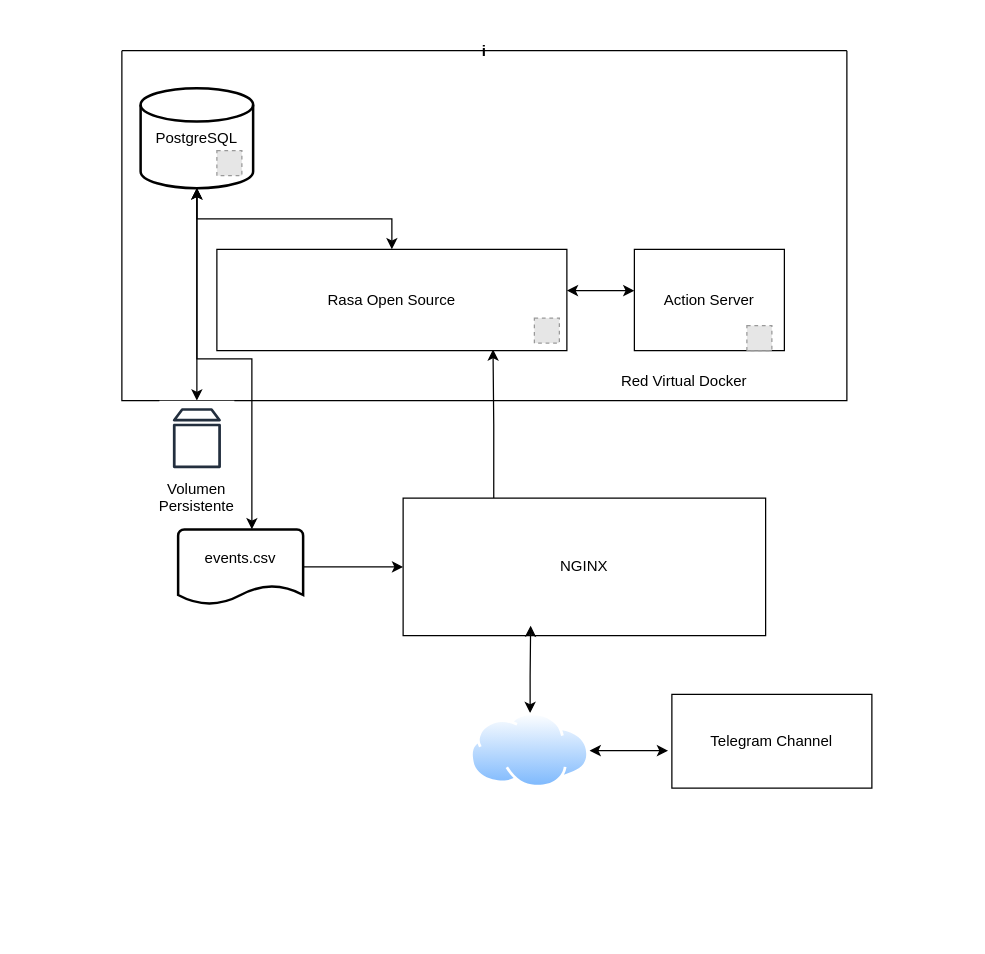
Before: diagrams/server.drawio in bartivs/libro-tfg, a draw.io diagram. Source tidied: cells renumbered, new cells numbered last; positions are measured from the earlier drawing's top-left corner, leaving out a move shared by most shapes. Both pictures are drawn from the tidied source at 125%, with x=0, y=0 at pixel (121, 50). Pictures stored in the file or linked from it are replaced by grey dashed boxes.
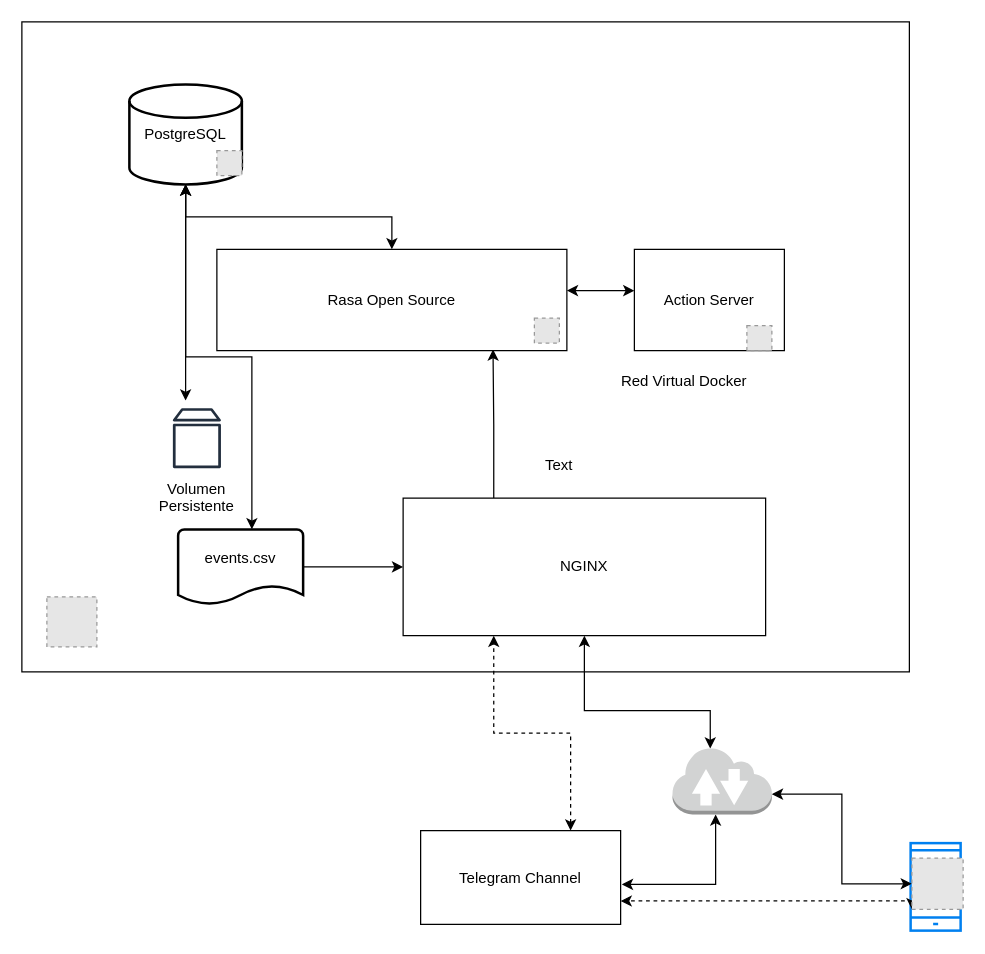
The same page after the edit.

Commit message (it also covers changes not shown here):
mejoras en diagrama de servidor

The change refers to these unchanged cells:
```xml
<mxCell id="3" value="NGINX" style="rounded=0;whiteSpace=wrap;html=1;" parent="1" vertex="1">
  <mxGeometry x="225" y="358" width="290" height="110" as="geometry" />
</mxCell>
```

Change to the diagram source:
```diff
@@
+    <mxCell id="24" style="edgeStyle=orthogonalEdgeStyle;rounded=0;jettySize=auto;html=1;startArrow=classic;startFill=1;" parent="1" edge="1" target="38">
+      <mxGeometry relative="1" as="geometry">
+        <mxPoint x="400" y="667" as="sourcePoint" />
+        <Array as="points">
+          <mxPoint x="475" y="667" />
+        </Array>
+      </mxGeometry>
+    </mxCell>
+    <mxCell id="7" value="Telegram Channel" style="rounded=0;whiteSpace=wrap;html=1;" parent="1" vertex="1">
+      <mxGeometry x="239" y="624" width="160" height="75" as="geometry" />
+    </mxCell>
+    <mxCell id="25" style="rounded=0;whiteSpace=wrap;html=1;" parent="1" vertex="1">
+      <mxGeometry x="-80" y="-23" width="710" height="520" as="geometry" />
+    </mxCell>
@@
-    <mxCell id="4" style="edgeStyle=orthogonalEdgeStyle;rounded=0;jettySize=auto;html=1;startArrow=classic;startFill=1;" parent="1" edge="1" source="6">
-      <mxGeometry relative="1" as="geometry">
-        <mxPoint x="327" y="460" as="targetPoint" />
-        <Array as="points">
-          <mxPoint x="327" y="500" />
-          <mxPoint x="327" y="500" />
-        </Array>
-      </mxGeometry>
-    </mxCell>
-    <mxCell id="5" style="edgeStyle=orthogonalEdgeStyle;rounded=0;jettySize=auto;html=1;exitX=1;exitY=0.5;exitDx=0;exitDy=0;entryX=-0.019;entryY=0.6;entryDx=0;entryDy=0;entryPerimeter=0;startArrow=classic;startFill=1;" parent="1" edge="1" source="6" target="7">
-      <mxGeometry relative="1" as="geometry" />
-    </mxCell>
-    <mxCell id="6" style="perimeter=ellipsePerimeter;html=1;align=center;shadow=0;dashed=0;spacingTop=3;image;image=img/lib/active_directory/internet_cloud.svg;" parent="1" vertex="1">
-      <mxGeometry x="279" y="530" width="95.2" height="60" as="geometry" />
-    </mxCell>
-    <mxCell id="7" value="Telegram Channel" style="rounded=0;whiteSpace=wrap;html=1;" parent="1" vertex="1">
-      <mxGeometry x="440" y="515" width="160" height="75" as="geometry" />
-    </mxCell>
-    <mxCell id="8" value="i" style="swimlane;startSize=0;" parent="1" vertex="1">
-      <mxGeometry width="580" height="280" as="geometry" />
-    </mxCell>
-    <mxCell id="9" value="Rasa Open Source" style="rounded=0;whiteSpace=wrap;html=1;" parent="8" vertex="1">
+    <mxCell id="9" value="Rasa Open Source" style="rounded=0;whiteSpace=wrap;html=1;" parent="1" vertex="1">
       <mxGeometry x="76" y="159" width="280" height="81" as="geometry" />
     </mxCell>
-    <mxCell id="10" style="fillColor=#E6E6E6;strokeColor=#999999;dashed=1;html=1;verticalAlign=top;verticalLabelPosition=bottom;labelBackgroundColor=#ffffff;" parent="8" vertex="1">
-      <mxGeometry x="330" y="214" width="20" height="20" as="geometry" />
-    </mxCell>
+    <mxCell id="26" style="fillColor=#E6E6E6;strokeColor=#999999;dashed=1;html=1;verticalAlign=top;verticalLabelPosition=bottom;labelBackgroundColor=#ffffff;" parent="1" vertex="1">
+      <mxGeometry x="330" y="214" width="20" height="20" as="geometry" />
+    </mxCell>
-    <mxCell id="11" value="Action Server" style="rounded=0;whiteSpace=wrap;html=1;" parent="8" vertex="1">
+    <mxCell id="11" value="Action Server" style="rounded=0;whiteSpace=wrap;html=1;" parent="1" vertex="1">
       <mxGeometry x="410" y="159" width="120" height="81" as="geometry" />
     </mxCell>
-    <mxCell id="12" style="edgeStyle=orthogonalEdgeStyle;rounded=0;jettySize=auto;html=1;entryX=1;entryY=0.407;entryDx=0;entryDy=0;entryPerimeter=0;startArrow=classic;startFill=1;" parent="8" edge="1" source="11" target="9">
+    <mxCell id="12" style="edgeStyle=orthogonalEdgeStyle;rounded=0;jettySize=auto;html=1;entryX=1;entryY=0.407;entryDx=0;entryDy=0;entryPerimeter=0;startArrow=classic;startFill=1;" parent="1" edge="1" source="11" target="9">
       <mxGeometry relative="1" as="geometry">
         <Array as="points">
           <mxPoint x="370" y="192" />
           <mxPoint x="370" y="192" />
         </Array>
       </mxGeometry>
     </mxCell>
-    <mxCell id="13" style="fillColor=#E6E6E6;strokeColor=#999999;dashed=1;html=1;verticalAlign=top;verticalLabelPosition=bottom;labelBackgroundColor=#ffffff;" parent="8" vertex="1">
-      <mxGeometry x="500" y="220" width="20" height="20" as="geometry" />
-    </mxCell>
+    <mxCell id="27" style="fillColor=#E6E6E6;strokeColor=#999999;dashed=1;html=1;verticalAlign=top;verticalLabelPosition=bottom;labelBackgroundColor=#ffffff;" parent="1" vertex="1">
+      <mxGeometry x="500" y="220" width="20" height="20" as="geometry" />
+    </mxCell>
-    <mxCell id="14" value="&lt;div&gt;Red Virtual Docker&lt;br&gt;&lt;/div&gt;" style="text;html=1;strokeColor=none;fillColor=none;align=center;verticalAlign=middle;whiteSpace=wrap;rounded=0;" parent="8" vertex="1">
+    <mxCell id="14" value="&lt;div&gt;Red Virtual Docker&lt;br&gt;&lt;/div&gt;" style="text;html=1;strokeColor=none;fillColor=none;align=center;verticalAlign=middle;whiteSpace=wrap;rounded=0;" parent="1" vertex="1">
       <mxGeometry x="380" y="250" width="140" height="30" as="geometry" />
     </mxCell>
-    <mxCell id="15" value="PostgreSQL" style="strokeWidth=2;html=1;shape=mxgraph.flowchart.database;whiteSpace=wrap;" parent="8" vertex="1">
-      <mxGeometry x="15" y="30" width="90" height="80" as="geometry" />
+    <mxCell id="15" value="PostgreSQL" style="strokeWidth=2;html=1;shape=mxgraph.flowchart.database;whiteSpace=wrap;" parent="1" vertex="1">
+      <mxGeometry x="6" y="27" width="90" height="80" as="geometry" />
     </mxCell>
-    <mxCell id="16" style="edgeStyle=orthogonalEdgeStyle;rounded=0;jettySize=auto;html=1;entryX=0.5;entryY=1;entryDx=0;entryDy=0;entryPerimeter=0;startArrow=classic;startFill=1;" parent="8" edge="1" source="9" target="15">
+    <mxCell id="16" style="edgeStyle=orthogonalEdgeStyle;rounded=0;jettySize=auto;html=1;entryX=0.5;entryY=1;entryDx=0;entryDy=0;entryPerimeter=0;startArrow=classic;startFill=1;" parent="1" edge="1" source="9" target="15">
       <mxGeometry relative="1" as="geometry" />
     </mxCell>
-    <mxCell id="17" style="fillColor=#E6E6E6;strokeColor=#999999;dashed=1;html=1;verticalAlign=top;verticalLabelPosition=bottom;labelBackgroundColor=#ffffff;" parent="8" vertex="1">
-      <mxGeometry x="76" y="80" width="20" height="20" as="geometry" />
-    </mxCell>
-    <mxCell id="18" style="edgeStyle=orthogonalEdgeStyle;rounded=0;jettySize=auto;html=1;startArrow=classic;startFill=1;" parent="1" edge="1" source="19" target="15">
-      <mxGeometry relative="1" as="geometry" />
-    </mxCell>
-    <mxCell id="19" style="sketch=0;outlineConnect=0;fontColor=#232F3E;gradientColor=none;strokeColor=#232F3E;fillColor=#ffffff;dashed=0;verticalLabelPosition=bottom;verticalAlign=top;align=center;html=1;fontSize=12;fontStyle=0;shape=mxgraph.aws4.resourceIcon;resIcon=mxgraph.aws4.volume;" parent="1" vertex="1">
-      <mxGeometry x="30" y="280" width="60" height="60" as="geometry" />
-    </mxCell>
+    <mxCell id="28" style="fillColor=#E6E6E6;strokeColor=#999999;dashed=1;html=1;verticalAlign=top;verticalLabelPosition=bottom;labelBackgroundColor=#ffffff;" parent="1" vertex="1">
+      <mxGeometry x="76" y="80" width="20" height="20" as="geometry" />
+    </mxCell>
+    <mxCell id="29" style="edgeStyle=orthogonalEdgeStyle;rounded=0;jettySize=auto;html=1;startArrow=classic;startFill=1;" parent="1" edge="1" source="30" target="15">
+      <mxGeometry relative="1" as="geometry">
+        <Array as="points">
+          <mxPoint x="51" y="237" />
+          <mxPoint x="51" y="237" />
+        </Array>
+      </mxGeometry>
+    </mxCell>
+    <mxCell id="30" style="sketch=0;outlineConnect=0;fontColor=#232F3E;gradientColor=none;strokeColor=#232F3E;fillColor=#ffffff;dashed=0;verticalLabelPosition=bottom;verticalAlign=top;align=center;html=1;fontSize=12;fontStyle=0;shape=mxgraph.aws4.resourceIcon;resIcon=mxgraph.aws4.volume;" parent="1" vertex="1">
+      <mxGeometry x="30" y="280" width="60" height="60" as="geometry" />
+    </mxCell>
@@
+    <mxCell id="31" value="Text" style="text;html=1;strokeColor=none;fillColor=none;align=center;verticalAlign=middle;whiteSpace=wrap;rounded=0;" parent="1" vertex="1">
+      <mxGeometry x="320" y="317" width="60" height="30" as="geometry" />
+    </mxCell>
+    <mxCell id="32" style="fillColor=#E6E6E6;strokeColor=#999999;dashed=1;html=1;verticalAlign=top;verticalLabelPosition=bottom;labelBackgroundColor=#ffffff;" parent="1" vertex="1">
+      <mxGeometry x="-60" y="437" width="40" height="40" as="geometry" />
+    </mxCell>
+    <mxCell id="33" style="html=1;verticalLabelPosition=bottom;align=center;labelBackgroundColor=#ffffff;verticalAlign=top;strokeWidth=2;strokeColor=#0080F0;shadow=0;dashed=0;shape=mxgraph.ios7.icons.smartphone;" parent="1" vertex="1">
+      <mxGeometry x="631" y="634" width="40" height="70" as="geometry" />
+    </mxCell>
+    <mxCell id="34" style="edgeStyle=orthogonalEdgeStyle;rounded=0;jettySize=auto;html=1;exitX=0;exitY=0.5;exitDx=0;exitDy=0;entryX=1;entryY=0.7;entryDx=0;entryDy=0;entryPerimeter=0;startArrow=classic;startFill=1;" parent="1" edge="1" source="36" target="38">
+      <mxGeometry relative="1" as="geometry" />
+    </mxCell>
+    <mxCell id="35" style="edgeStyle=orthogonalEdgeStyle;rounded=0;jettySize=auto;html=1;exitX=0;exitY=1;exitDx=0;exitDy=0;entryX=1;entryY=0.75;entryDx=0;entryDy=0;startArrow=classic;startFill=1;dashed=1;" parent="1" edge="1" source="36" target="7">
+      <mxGeometry relative="1" as="geometry">
+        <Array as="points">
+          <mxPoint x="632" y="680" />
+        </Array>
+      </mxGeometry>
+    </mxCell>
+    <mxCell id="36" style="fillColor=#E6E6E6;strokeColor=#999999;dashed=1;html=1;verticalAlign=top;verticalLabelPosition=bottom;labelBackgroundColor=#ffffff;" parent="1" vertex="1">
+      <mxGeometry x="632" y="646" width="41" height="41" as="geometry" />
+    </mxCell>
+    <mxCell id="37" style="edgeStyle=orthogonalEdgeStyle;rounded=0;jettySize=auto;html=1;exitX=0.38;exitY=0.025;exitDx=0;exitDy=0;exitPerimeter=0;startArrow=classic;startFill=1;" parent="1" edge="1" source="38" target="3">
+      <mxGeometry relative="1" as="geometry">
+        <Array as="points">
+          <mxPoint x="370" y="528" />
+        </Array>
+      </mxGeometry>
+    </mxCell>
+    <mxCell id="38" style="outlineConnect=0;dashed=0;verticalLabelPosition=bottom;verticalAlign=top;align=center;html=1;shape=mxgraph.aws3.internet_2;fillColor=#D2D3D3;gradientColor=none;" parent="1" vertex="1">
+      <mxGeometry x="440.5" y="557" width="79.5" height="54" as="geometry" />
+    </mxCell>
+    <mxCell id="39" style="edgeStyle=orthogonalEdgeStyle;rounded=0;jettySize=auto;html=1;exitX=0.75;exitY=0;exitDx=0;exitDy=0;entryX=0.25;entryY=1;entryDx=0;entryDy=0;startArrow=classic;startFill=1;dashed=1;" parent="1" edge="1" source="7" target="3">
+      <mxGeometry relative="1" as="geometry" />
+    </mxCell>
```
